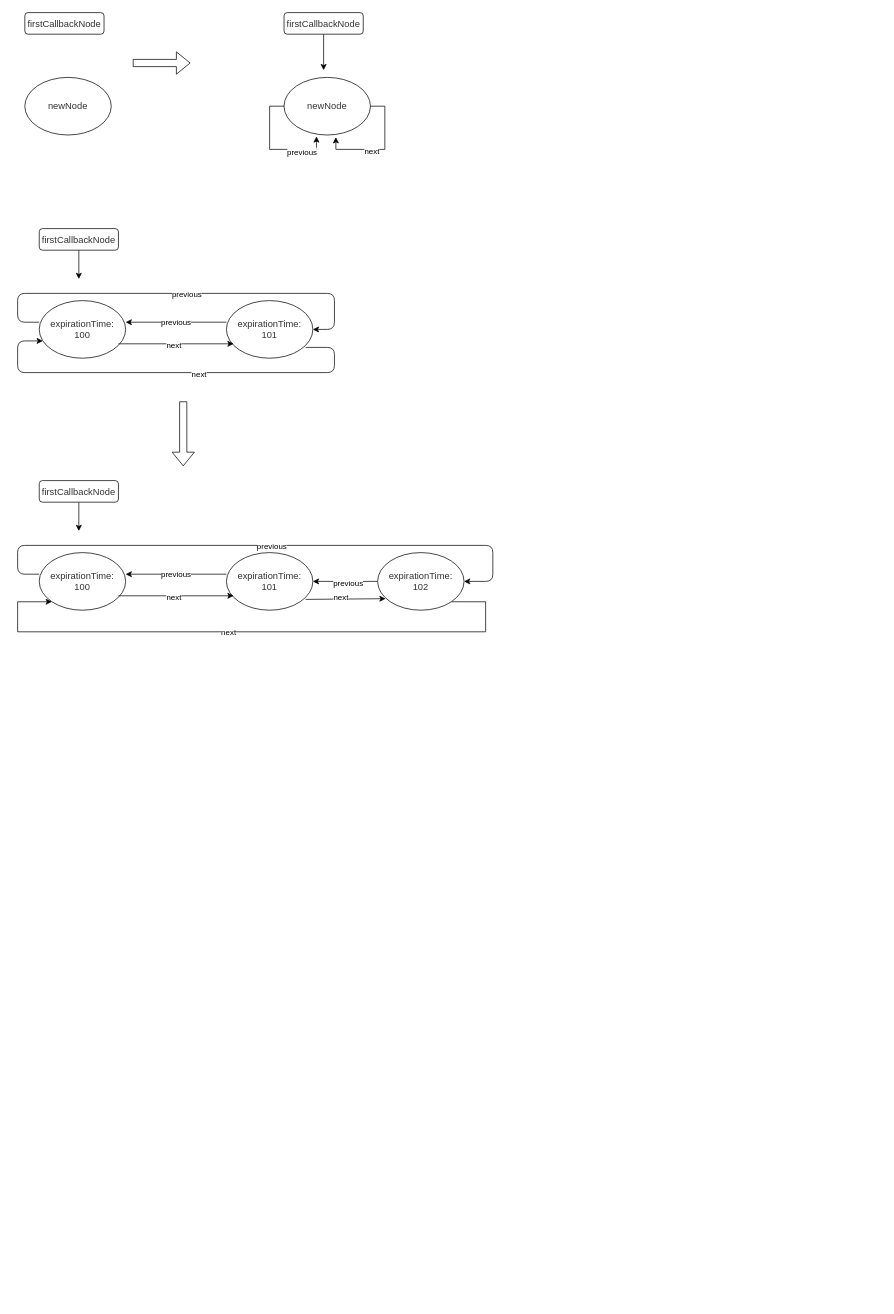
This is diagrams/Untitled Diagram.drawio from lulupy/image-hosting, a draw.io file, before an edit. Source tidied: cells renumbered, new cells numbered last; positions are measured from the earlier drawing's top-left corner, leaving out a move shared by most shapes. Both pictures are drawn from the tidied source at 72%, with x=0, y=0 at pixel (17, 12).
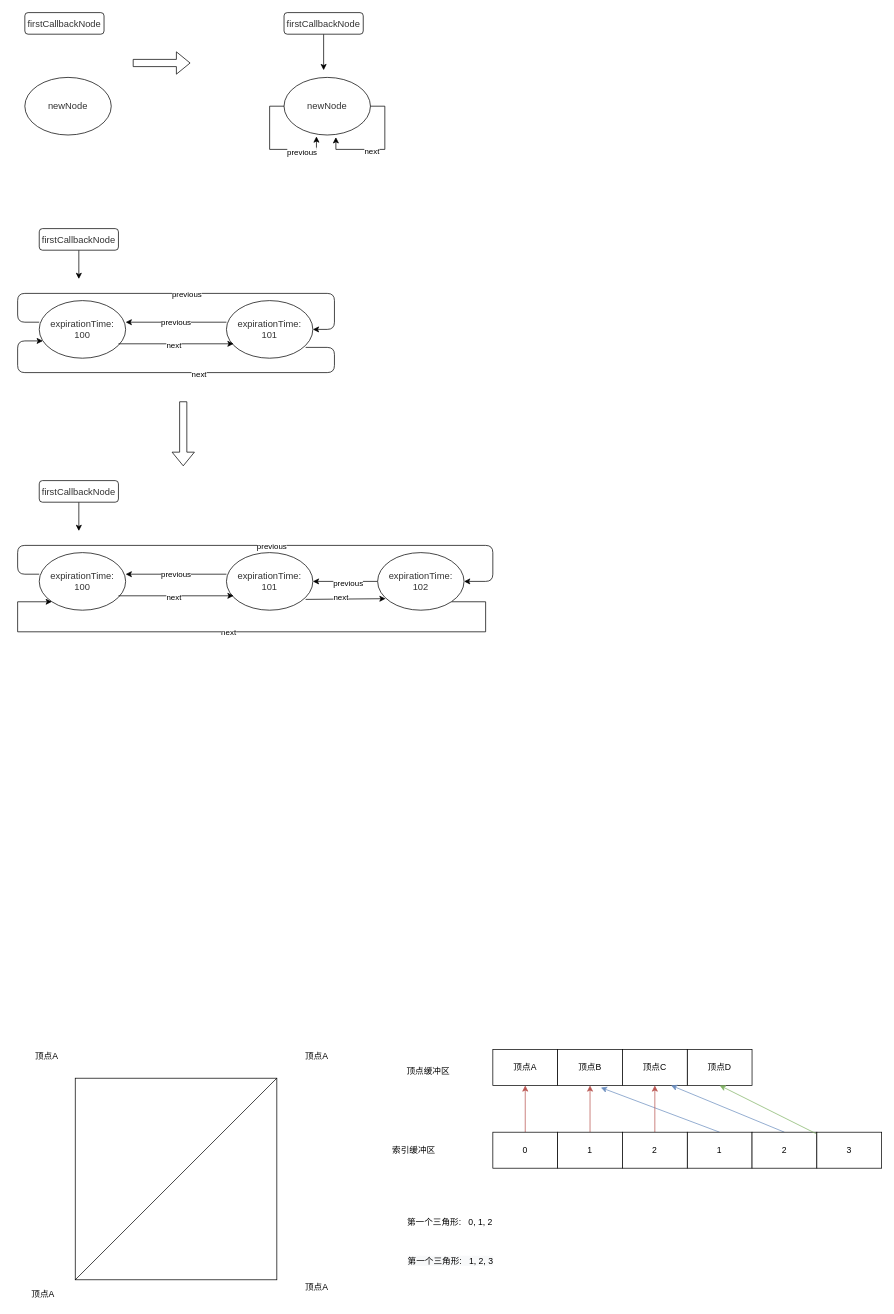
Above is the later version.

The edit, as a diff of the source:
```diff
@@
+    <mxCell id="42" style="whiteSpace=wrap;html=1;" parent="1" vertex="1">
+      <mxGeometry x="80" y="1480" width="280" height="280" as="geometry" />
+    </mxCell>
+    <mxCell id="43" style="endArrow=none;html=1;exitX=0;exitY=1;exitDx=0;exitDy=0;" parent="1" edge="1" source="42">
+      <mxGeometry relative="1" as="geometry">
+        <mxPoint x="360" y="1480" as="targetPoint" />
+      </mxGeometry>
+    </mxCell>
+    <mxCell id="44" value="顶点A" style="text;html=1;align=center;verticalAlign=middle;" parent="1" vertex="1">
+      <mxGeometry x="15" y="1440" width="50" height="20" as="geometry" />
+    </mxCell>
+    <mxCell id="45" value="顶点A" style="text;html=1;align=center;verticalAlign=middle;" parent="1" vertex="1">
+      <mxGeometry x="390" y="1440" width="50" height="20" as="geometry" />
+    </mxCell>
+    <mxCell id="46" value="顶点A" style="text;html=1;align=center;verticalAlign=middle;" parent="1" vertex="1">
+      <mxGeometry x="390" y="1760" width="50" height="20" as="geometry" />
+    </mxCell>
+    <mxCell id="47" value="顶点A" style="text;html=1;align=center;verticalAlign=middle;" parent="1" vertex="1">
+      <mxGeometry x="10" y="1770" width="50" height="20" as="geometry" />
+    </mxCell>
+    <mxCell id="48" value="顶点缓冲区" style="text;html=1;align=center;verticalAlign=middle;" parent="1" vertex="1">
+      <mxGeometry x="530" y="1460" width="80" height="20" as="geometry" />
+    </mxCell>
+    <mxCell id="49" value="顶点A" style="rounded=0;whiteSpace=wrap;html=1;" parent="1" vertex="1">
+      <mxGeometry x="660" y="1440" width="90" height="50" as="geometry" />
+    </mxCell>
+    <mxCell id="50" value="顶点B" style="rounded=0;whiteSpace=wrap;html=1;" parent="1" vertex="1">
+      <mxGeometry x="750" y="1440" width="90" height="50" as="geometry" />
+    </mxCell>
+    <mxCell id="51" value="顶点D" style="rounded=0;whiteSpace=wrap;html=1;" parent="1" vertex="1">
+      <mxGeometry x="930" y="1440" width="90" height="50" as="geometry" />
+    </mxCell>
+    <mxCell id="52" value="顶点C" style="rounded=0;whiteSpace=wrap;html=1;" parent="1" vertex="1">
+      <mxGeometry x="840" y="1440" width="90" height="50" as="geometry" />
+    </mxCell>
+    <mxCell id="53" value="索引缓冲区" style="text;html=1;align=center;verticalAlign=middle;" parent="1" vertex="1">
+      <mxGeometry x="510" y="1570" width="80" height="20" as="geometry" />
+    </mxCell>
+    <mxCell id="54" style="edgeStyle=orthogonalEdgeStyle;rounded=0;jettySize=auto;html=1;exitX=0.5;exitY=0;exitDx=0;exitDy=0;entryX=0.5;entryY=1;entryDx=0;entryDy=0;fillColor=#f8cecc;strokeColor=#b85450;" parent="1" edge="1" source="55" target="49">
+      <mxGeometry relative="1" as="geometry" />
+    </mxCell>
+    <mxCell id="55" value="0" style="rounded=0;whiteSpace=wrap;html=1;" parent="1" vertex="1">
+      <mxGeometry x="660" y="1555" width="90" height="50" as="geometry" />
+    </mxCell>
+    <mxCell id="56" style="edgeStyle=orthogonalEdgeStyle;rounded=0;jettySize=auto;html=1;exitX=0.5;exitY=0;exitDx=0;exitDy=0;entryX=0.5;entryY=1;entryDx=0;entryDy=0;fillColor=#f8cecc;strokeColor=#b85450;" parent="1" edge="1" source="57" target="50">
+      <mxGeometry relative="1" as="geometry" />
+    </mxCell>
+    <mxCell id="57" value="1" style="rounded=0;whiteSpace=wrap;html=1;" parent="1" vertex="1">
+      <mxGeometry x="750" y="1555" width="90" height="50" as="geometry" />
+    </mxCell>
+    <mxCell id="58" style="rounded=0;jettySize=auto;html=1;exitX=0.5;exitY=0;exitDx=0;exitDy=0;entryX=0.667;entryY=1.06;entryDx=0;entryDy=0;entryPerimeter=0;fillColor=#dae8fc;strokeColor=#6c8ebf;" parent="1" edge="1" source="59" target="50">
+      <mxGeometry relative="1" as="geometry" />
+    </mxCell>
+    <mxCell id="59" value="1" style="rounded=0;whiteSpace=wrap;html=1;" parent="1" vertex="1">
+      <mxGeometry x="930" y="1555" width="90" height="50" as="geometry" />
+    </mxCell>
+    <mxCell id="60" style="edgeStyle=orthogonalEdgeStyle;rounded=0;jettySize=auto;html=1;exitX=0.5;exitY=0;exitDx=0;exitDy=0;entryX=0.5;entryY=1;entryDx=0;entryDy=0;fillColor=#f8cecc;strokeColor=#b85450;" parent="1" edge="1" source="61" target="52">
+      <mxGeometry relative="1" as="geometry" />
+    </mxCell>
+    <mxCell id="61" value="2" style="rounded=0;whiteSpace=wrap;html=1;" parent="1" vertex="1">
+      <mxGeometry x="840" y="1555" width="90" height="50" as="geometry" />
+    </mxCell>
+    <mxCell id="62" style="rounded=0;jettySize=auto;html=1;exitX=0.5;exitY=0;exitDx=0;exitDy=0;entryX=0.75;entryY=1;entryDx=0;entryDy=0;fillColor=#dae8fc;strokeColor=#6c8ebf;" parent="1" edge="1" source="63" target="52">
+      <mxGeometry relative="1" as="geometry" />
+    </mxCell>
+    <mxCell id="63" value="2" style="rounded=0;whiteSpace=wrap;html=1;" parent="1" vertex="1">
+      <mxGeometry x="1020" y="1555" width="90" height="50" as="geometry" />
+    </mxCell>
+    <mxCell id="64" style="rounded=0;jettySize=auto;html=1;entryX=0.5;entryY=1;entryDx=0;entryDy=0;fillColor=#d5e8d4;strokeColor=#82b366;" parent="1" edge="1" source="65" target="51">
+      <mxGeometry relative="1" as="geometry" />
+    </mxCell>
+    <mxCell id="65" value="3" style="rounded=0;whiteSpace=wrap;html=1;" parent="1" vertex="1">
+      <mxGeometry x="1110" y="1555" width="90" height="50" as="geometry" />
+    </mxCell>
+    <mxCell id="66" value="第一个三角形:&amp;nbsp; &amp;nbsp;0, 1, 2" style="text;html=1;align=center;verticalAlign=middle;" parent="1" vertex="1">
+      <mxGeometry x="535" y="1670" width="130" height="20" as="geometry" />
+    </mxCell>
+    <mxCell id="67" value="&lt;span style=&quot;color: rgb(0 , 0 , 0) ; font-family: &amp;#34;helvetica&amp;#34; ; font-size: 12px ; font-style: normal ; font-weight: 400 ; letter-spacing: normal ; text-align: center ; text-indent: 0px ; text-transform: none ; word-spacing: 0px ; background-color: rgb(248 , 249 , 250) ; display: inline ; float: none&quot;&gt;第一个三角形:&amp;nbsp; &amp;nbsp;1, 2, 3&lt;/span&gt;" style="text;whiteSpace=wrap;html=1;" parent="1" vertex="1">
+      <mxGeometry x="540" y="1720" width="140" height="30" as="geometry" />
+    </mxCell>
```
